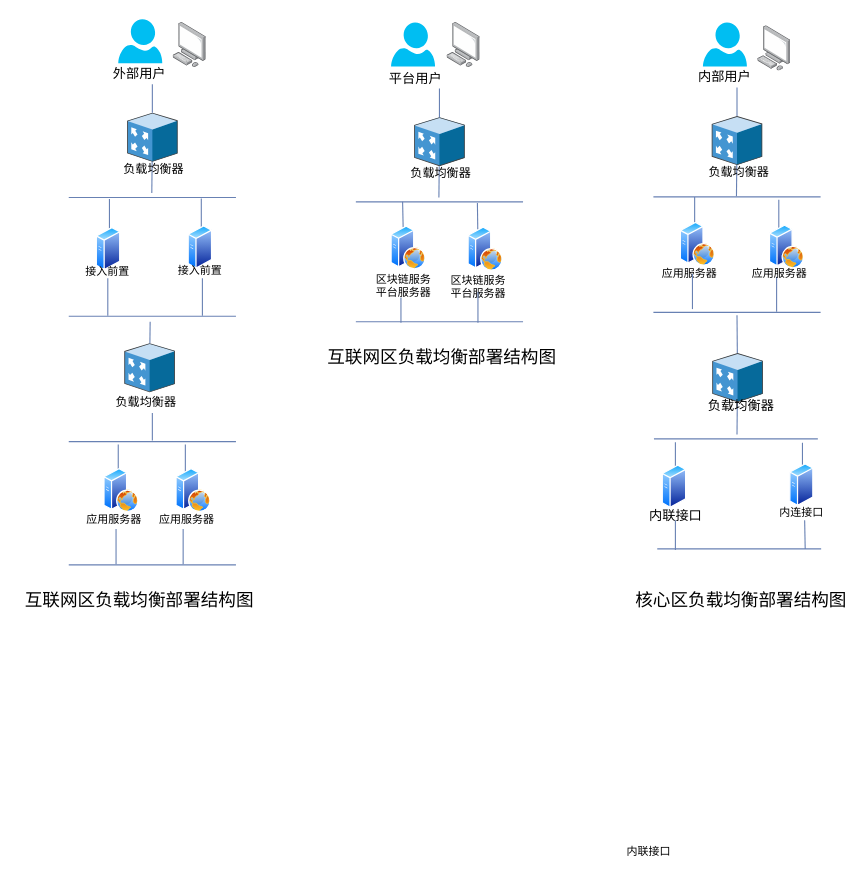
Above: repository/drawio/postb/系统内F5部署结构图.drawio in dilide/collections (draw.io), before the change. Source tidied: cells renumbered, new cells numbered last; positions are measured from the earlier drawing's top-left corner, leaving out a move shared by most shapes. Both pictures are drawn from the tidied source at 110%, with x=0, y=0 at pixel (19, 19).
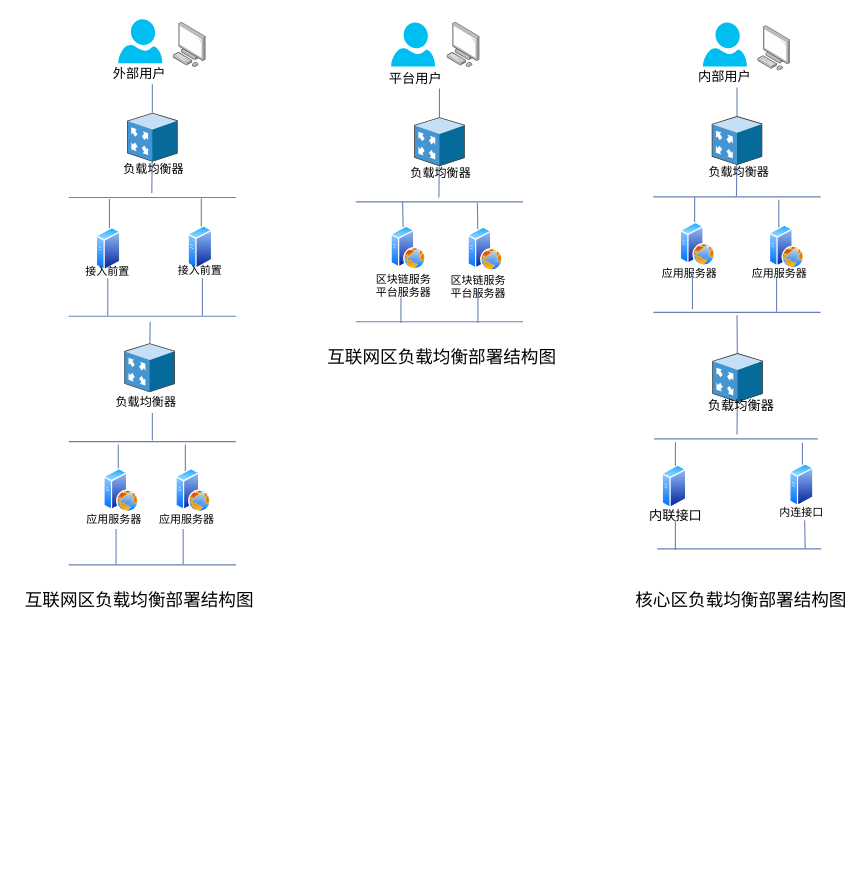
Above is the later version.

Commit message (it also covers changes not shown here):
Update 系统内F5部署结构图.drawio

Change to the diagram source:
```diff
@@
-    <mxCell id="41" value="内联接口" style="text;html=1;align=center;verticalAlign=top;spacingTop=-4;fontSize=10;" parent="1" vertex="1">
-      <mxGeometry x="543" y="747.5" width="58" height="12" as="geometry" />
-    </mxCell>
```
